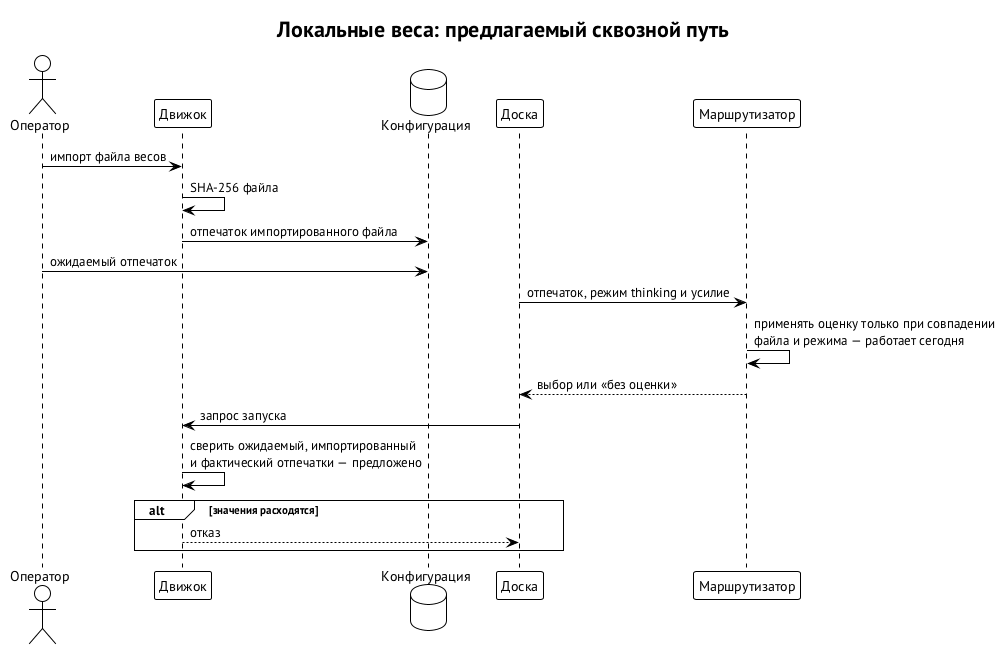
Above: book/diagrams/local-weights.png in relux-works/swarma-docs (PlantUML), before the change. Its diagram source:
```plantuml
@startuml local-weights
!theme plain
skinparam defaultFontName "PT Sans"
skinparam shadowing false
title Локальные веса: предлагаемый сквозной путь
actor "Оператор" as O
participant "Движок" as E
database "Конфигурация" as C
participant "Доска" as B
participant "Маршрутизатор" as R
O -> E : импорт файла весов
E -> E : SHA-256 файла
E -> C : отпечаток импортированного файла
O -> C : ожидаемый отпечаток
B -> R : отпечаток, режим thinking и усилие
R -> R : применять оценку только при совпадении\nфайла и режима — работает сегодня
R --> B : выбор или «без оценки»
B -> E : запрос запуска
E -> E : сверить ожидаемый, импортированный\nи фактический отпечатки — предложено
alt значения расходятся
  E --> B : отказ
end
@enduml
```
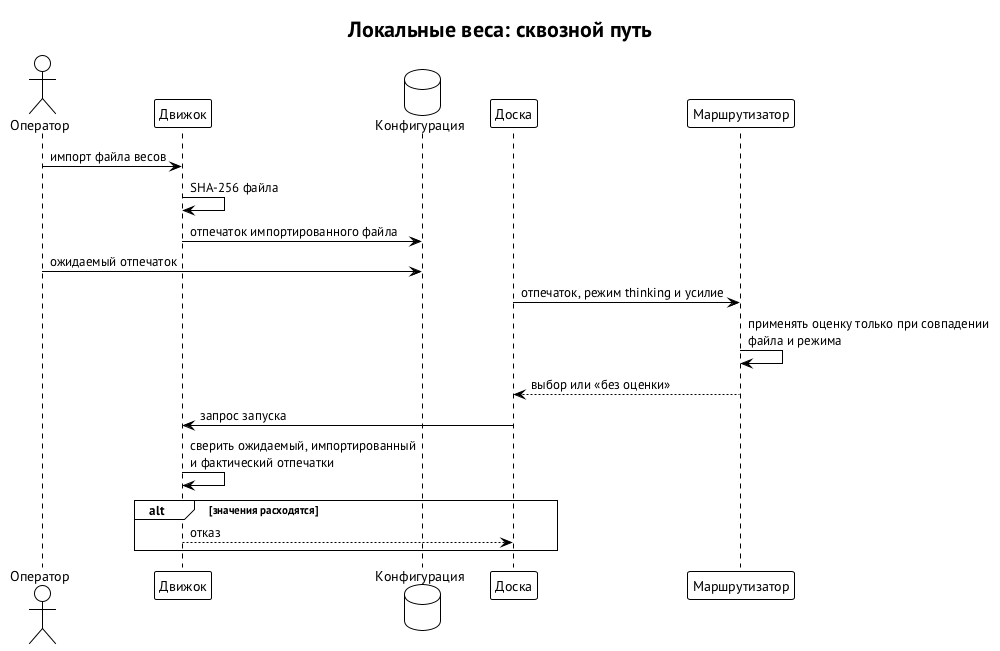
Later version of the same file.

What changed in the source:
```diff
@@ -2,7 +2,7 @@
 !theme plain
 skinparam defaultFontName "PT Sans"
 skinparam shadowing false
-title Локальные веса: предлагаемый сквозной путь
+title Локальные веса: сквозной путь
 actor "Оператор" as O
 participant "Движок" as E
 database "Конфигурация" as C
@@ -13,10 +13,10 @@
 E -> C : отпечаток импортированного файла
 O -> C : ожидаемый отпечаток
 B -> R : отпечаток, режим thinking и усилие
-R -> R : применять оценку только при совпадении\nфайла и режима — работает сегодня
+R -> R : применять оценку только при совпадении\nфайла и режима
 R --> B : выбор или «без оценки»
 B -> E : запрос запуска
-E -> E : сверить ожидаемый, импортированный\nи фактический отпечатки — предложено
+E -> E : сверить ожидаемый, импортированный\nи фактический отпечатки
 alt значения расходятся
   E --> B : отказ
 end
```
